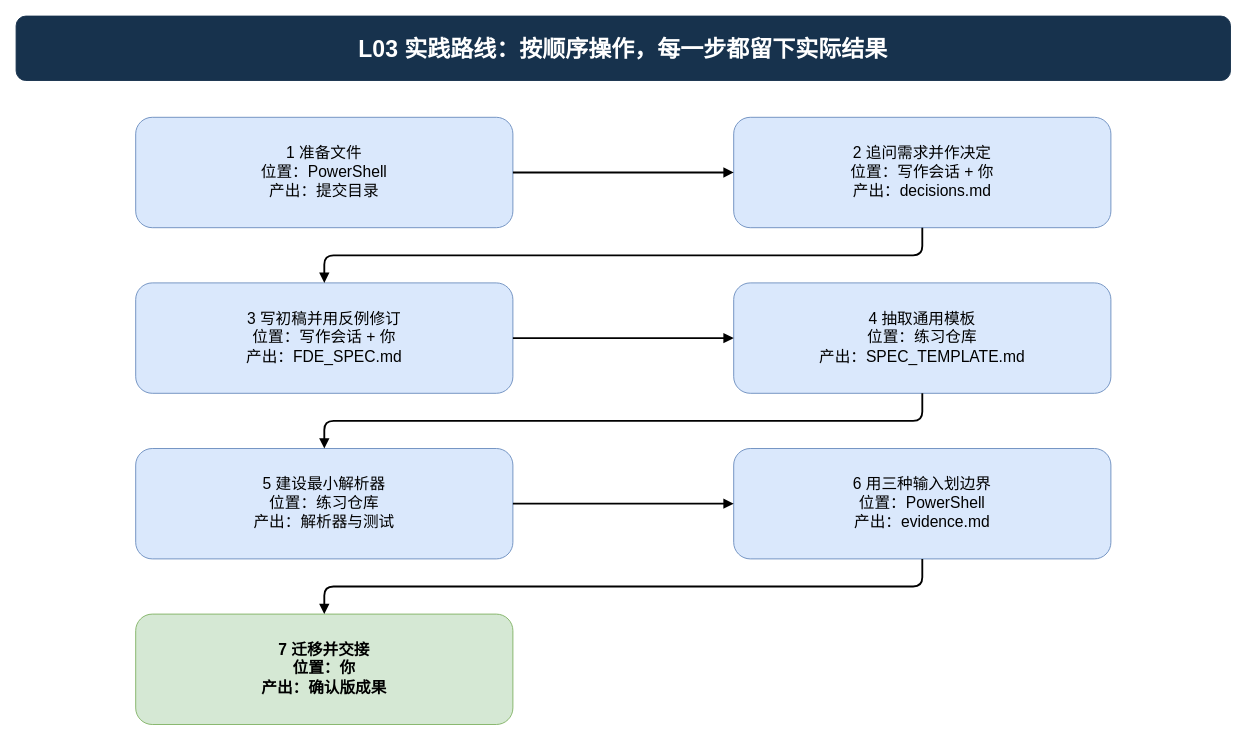
Above: docs/courses/L03/assets/l03-practice-flow.drawio in MelodyI/CodexFDE (draw.io), before the change. Source tidied: cells renumbered, new cells numbered last; positions are measured from the earlier drawing's top-left corner, leaving out a move shared by most shapes. Both pictures are drawn from the tidied source at 92%, with x=0, y=0 at pixel (16, 16).
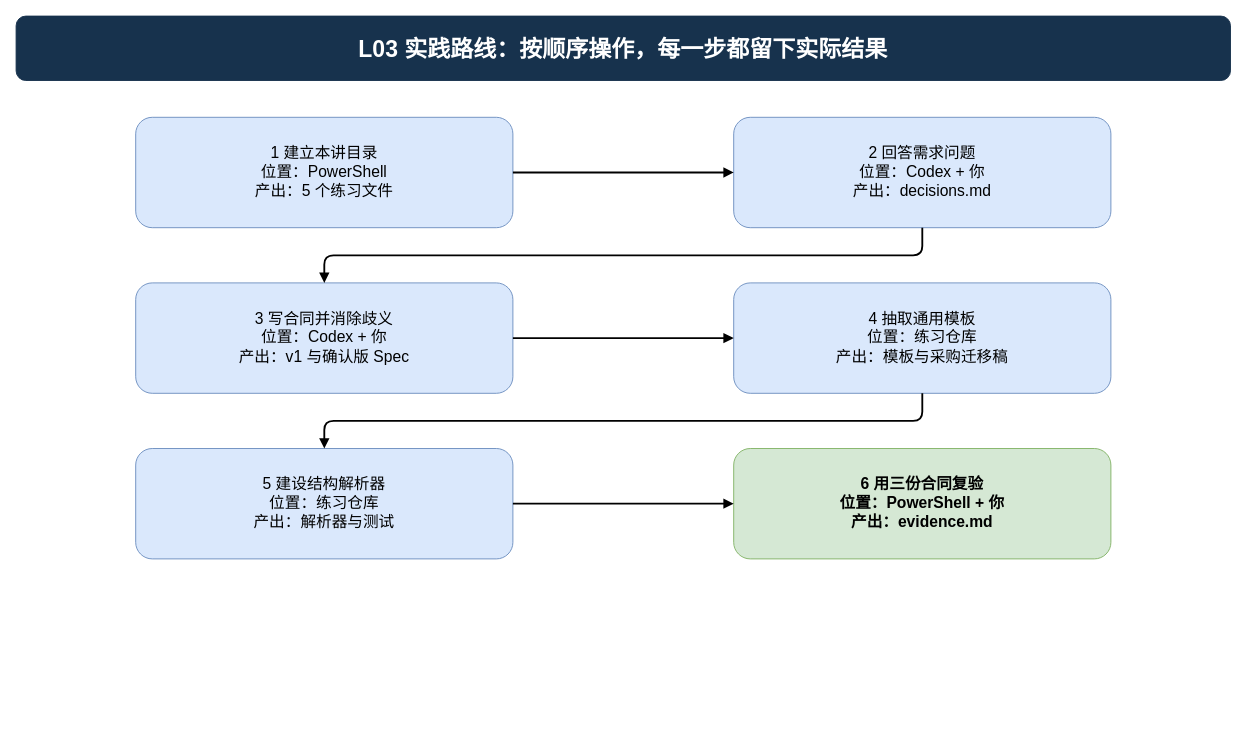
The same diagram, later.

Change to the diagram source:
```diff
@@
 <mxGraphModel>
   <root>
     <mxCell id="0" />
     <mxCell id="1" parent="0" />
     <mxCell id="2" value="L03 实践路线：按顺序操作，每一步都留下实际结果" style="rounded=1;whiteSpace=wrap;html=1;fillColor=#17324D;strokeColor=#17324D;fontSize=25;fontStyle=1;spacing=8;fontColor=#FFFFFF;" parent="1" vertex="1">
       <mxGeometry width="1320" height="70" as="geometry" />
     </mxCell>
-    <mxCell id="3" value="1 准备文件&#10;位置：PowerShell&#10;产出：提交目录" style="rounded=1;whiteSpace=wrap;html=1;fillColor=#DAE8FC;strokeColor=#6C8EBF;fontSize=17;fontStyle=0;spacing=8;" parent="1" vertex="1">
+    <mxCell id="3" value="1 建立本讲目录&#10;位置：PowerShell&#10;产出：5 个练习文件" style="rounded=1;whiteSpace=wrap;html=1;fillColor=#DAE8FC;strokeColor=#6C8EBF;fontSize=17;fontStyle=0;spacing=8;" parent="1" vertex="1">
       <mxGeometry x="130" y="110" width="410" height="120" as="geometry" />
     </mxCell>
-    <mxCell id="4" value="2 追问需求并作决定&#10;位置：写作会话 + 你&#10;产出：decisions.md" style="rounded=1;whiteSpace=wrap;html=1;fillColor=#DAE8FC;strokeColor=#6C8EBF;fontSize=17;fontStyle=0;spacing=8;" parent="1" vertex="1">
+    <mxCell id="4" value="2 回答需求问题&#10;位置：Codex + 你&#10;产出：decisions.md" style="rounded=1;whiteSpace=wrap;html=1;fillColor=#DAE8FC;strokeColor=#6C8EBF;fontSize=17;fontStyle=0;spacing=8;" parent="1" vertex="1">
       <mxGeometry x="780" y="110" width="410" height="120" as="geometry" />
     </mxCell>
-    <mxCell id="5" value="3 写初稿并用反例修订&#10;位置：写作会话 + 你&#10;产出：FDE_SPEC.md" style="rounded=1;whiteSpace=wrap;html=1;fillColor=#DAE8FC;strokeColor=#6C8EBF;fontSize=17;fontStyle=0;spacing=8;" parent="1" vertex="1">
+    <mxCell id="5" value="3 写合同并消除歧义&#10;位置：Codex + 你&#10;产出：v1 与确认版 Spec" style="rounded=1;whiteSpace=wrap;html=1;fillColor=#DAE8FC;strokeColor=#6C8EBF;fontSize=17;fontStyle=0;spacing=8;" parent="1" vertex="1">
       <mxGeometry x="130" y="290" width="410" height="120" as="geometry" />
     </mxCell>
-    <mxCell id="6" value="4 抽取通用模板&#10;位置：练习仓库&#10;产出：SPEC_TEMPLATE.md" style="rounded=1;whiteSpace=wrap;html=1;fillColor=#DAE8FC;strokeColor=#6C8EBF;fontSize=17;fontStyle=0;spacing=8;" parent="1" vertex="1">
+    <mxCell id="6" value="4 抽取通用模板&#10;位置：练习仓库&#10;产出：模板与采购迁移稿" style="rounded=1;whiteSpace=wrap;html=1;fillColor=#DAE8FC;strokeColor=#6C8EBF;fontSize=17;fontStyle=0;spacing=8;" parent="1" vertex="1">
       <mxGeometry x="780" y="290" width="410" height="120" as="geometry" />
     </mxCell>
-    <mxCell id="7" value="5 建设最小解析器&#10;位置：练习仓库&#10;产出：解析器与测试" style="rounded=1;whiteSpace=wrap;html=1;fillColor=#DAE8FC;strokeColor=#6C8EBF;fontSize=17;fontStyle=0;spacing=8;" parent="1" vertex="1">
+    <mxCell id="7" value="5 建设结构解析器&#10;位置：练习仓库&#10;产出：解析器与测试" style="rounded=1;whiteSpace=wrap;html=1;fillColor=#DAE8FC;strokeColor=#6C8EBF;fontSize=17;fontStyle=0;spacing=8;" parent="1" vertex="1">
       <mxGeometry x="130" y="470" width="410" height="120" as="geometry" />
     </mxCell>
-    <mxCell id="8" value="6 用三种输入划边界&#10;位置：PowerShell&#10;产出：evidence.md" style="rounded=1;whiteSpace=wrap;html=1;fillColor=#DAE8FC;strokeColor=#6C8EBF;fontSize=17;fontStyle=0;spacing=8;" parent="1" vertex="1">
+    <mxCell id="8" value="6 用三份合同复验&#10;位置：PowerShell + 你&#10;产出：evidence.md" style="rounded=1;whiteSpace=wrap;html=1;fillColor=#D5E8D4;strokeColor=#82B366;fontSize=17;fontStyle=1;spacing=8;" parent="1" vertex="1">
       <mxGeometry x="780" y="470" width="410" height="120" as="geometry" />
     </mxCell>
-    <mxCell id="9" value="7 迁移并交接&#10;位置：你&#10;产出：确认版成果" style="rounded=1;whiteSpace=wrap;html=1;fillColor=#D5E8D4;strokeColor=#82B366;fontSize=17;fontStyle=1;spacing=8;" parent="1" vertex="1">
-      <mxGeometry x="130" y="650" width="410" height="120" as="geometry" />
-    </mxCell>
     <mxCell id="10" style="edgeStyle=orthogonalEdgeStyle;rounded=1;jettySize=auto;html=1;strokeWidth=2;endArrow=block;exitX=1;exitY=0.5;entryX=0;entryY=0.5;" parent="1" edge="1" source="3" target="4">
       <mxGeometry relative="1" as="geometry" />
     </mxCell>
     <mxCell id="11" style="edgeStyle=orthogonalEdgeStyle;rounded=1;jettySize=auto;html=1;strokeWidth=2;endArrow=block;exitX=0.5;exitY=1;entryX=0.5;entryY=0;" parent="1" edge="1" source="4" target="5">
       <mxGeometry relative="1" as="geometry" />
     </mxCell>
     <mxCell id="12" style="edgeStyle=orthogonalEdgeStyle;rounded=1;jettySize=auto;html=1;strokeWidth=2;endArrow=block;exitX=1;exitY=0.5;entryX=0;entryY=0.5;" parent="1" edge="1" source="5" target="6">
       <mxGeometry relative="1" as="geometry" />
     </mxCell>
     <mxCell id="13" style="edgeStyle=orthogonalEdgeStyle;rounded=1;jettySize=auto;html=1;strokeWidth=2;endArrow=block;exitX=0.5;exitY=1;entryX=0.5;entryY=0;" parent="1" edge="1" source="6" target="7">
       <mxGeometry relative="1" as="geometry" />
     </mxCell>
     <mxCell id="14" style="edgeStyle=orthogonalEdgeStyle;rounded=1;jettySize=auto;html=1;strokeWidth=2;endArrow=block;exitX=1;exitY=0.5;entryX=0;entryY=0.5;" parent="1" edge="1" source="7" target="8">
       <mxGeometry relative="1" as="geometry" />
     </mxCell>
-    <mxCell id="15" style="edgeStyle=orthogonalEdgeStyle;rounded=1;jettySize=auto;html=1;strokeWidth=2;endArrow=block;exitX=0.5;exitY=1;entryX=0.5;entryY=0;" parent="1" edge="1" source="8" target="9">
-      <mxGeometry relative="1" as="geometry" />
-    </mxCell>
   </root>
 </mxGraphModel>
```
